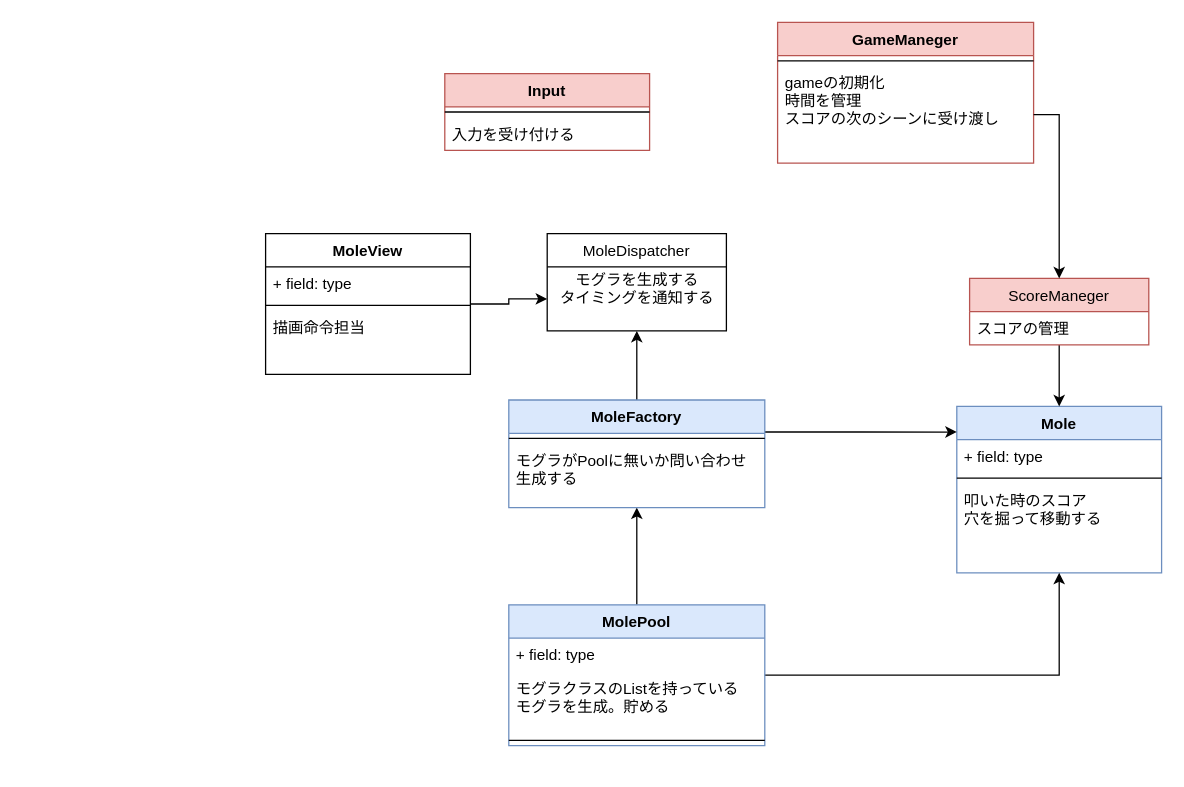
yanoharuto/Unity1Week keeps this draw.io diagram as Untitled Diagram.drawio. Above is the earlier version. Source tidied: cells renumbered, new cells numbered last; positions are measured from the earlier drawing's top-left corner, leaving out a move shared by most shapes. Both pictures are drawn from the tidied source at 128%, with x=0, y=0 at pixel (265, 22).
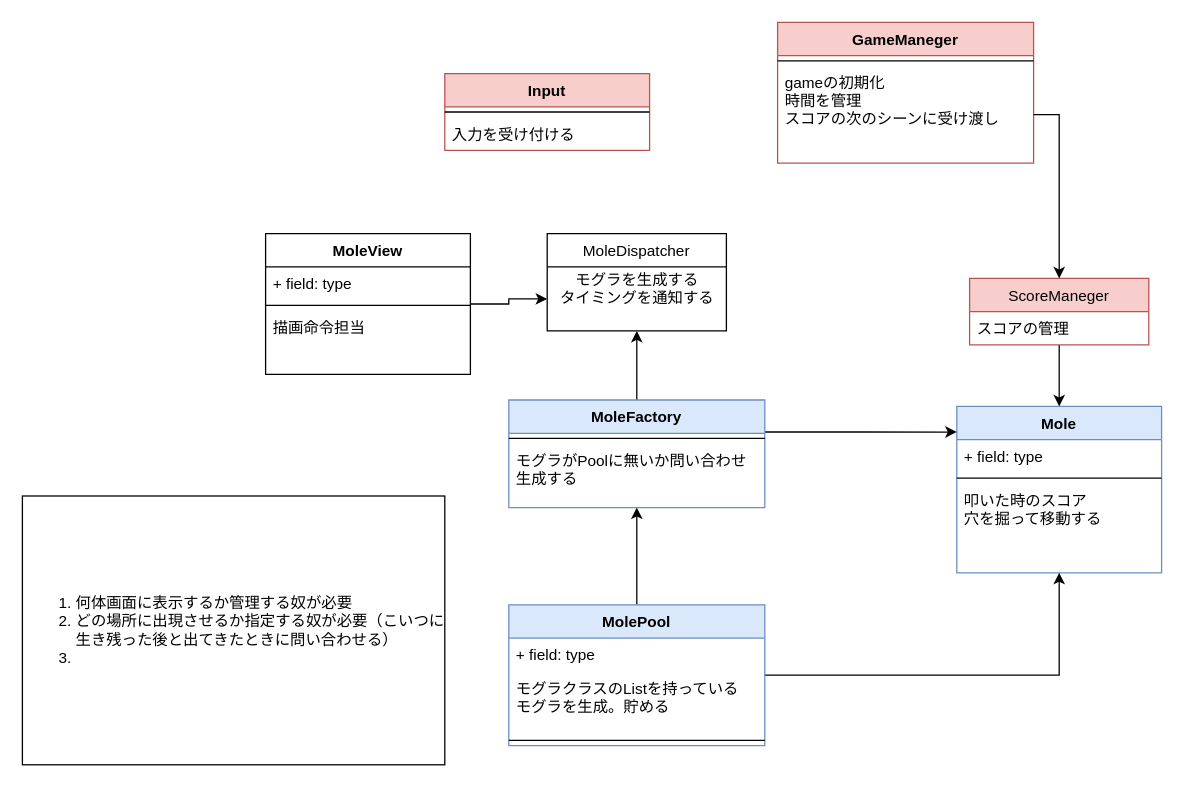
Above is the later version.

Change to the diagram source:
```diff
@@
+    <mxCell id="34" value="&lt;ol&gt;&lt;li&gt;何体画面に表示するか管理する奴が必要&lt;/li&gt;&lt;li&gt;どの場所に出現させるか指定する奴が必要（こいつに生き残った後と出てきたときに問い合わせる）&lt;/li&gt;&lt;li&gt;&lt;br&gt;&lt;/li&gt;&lt;/ol&gt;" style="rounded=0;whiteSpace=wrap;html=1;align=left;" parent="1" vertex="1">
+      <mxGeometry x="-190" y="370" width="330" height="210" as="geometry" />
+    </mxCell>
```
